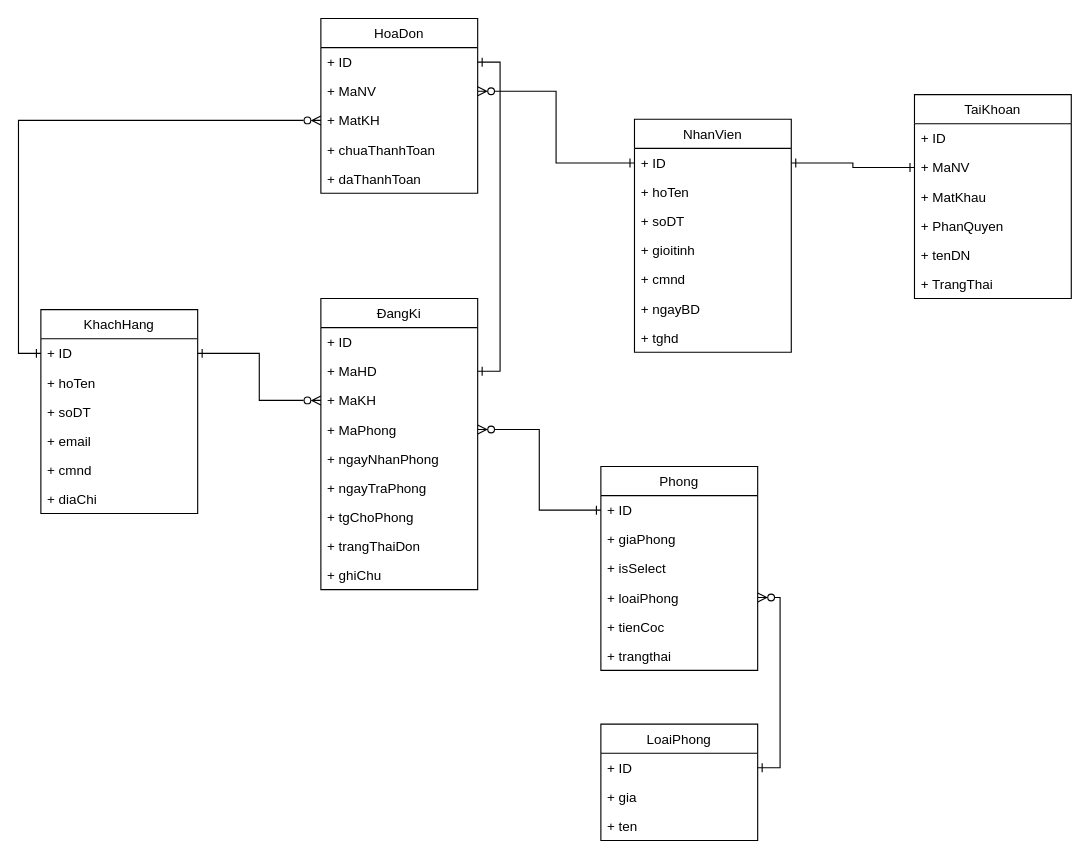
Above: keimthu.drawio in TruongGiaThach/desktop-tutorial (draw.io), before the change. Source tidied: cells renumbered, new cells numbered last; positions are measured from the earlier drawing's top-left corner, leaving out a move shared by most shapes. Both pictures are drawn from the tidied source at 112%, with x=0, y=0 at pixel (40, 18).
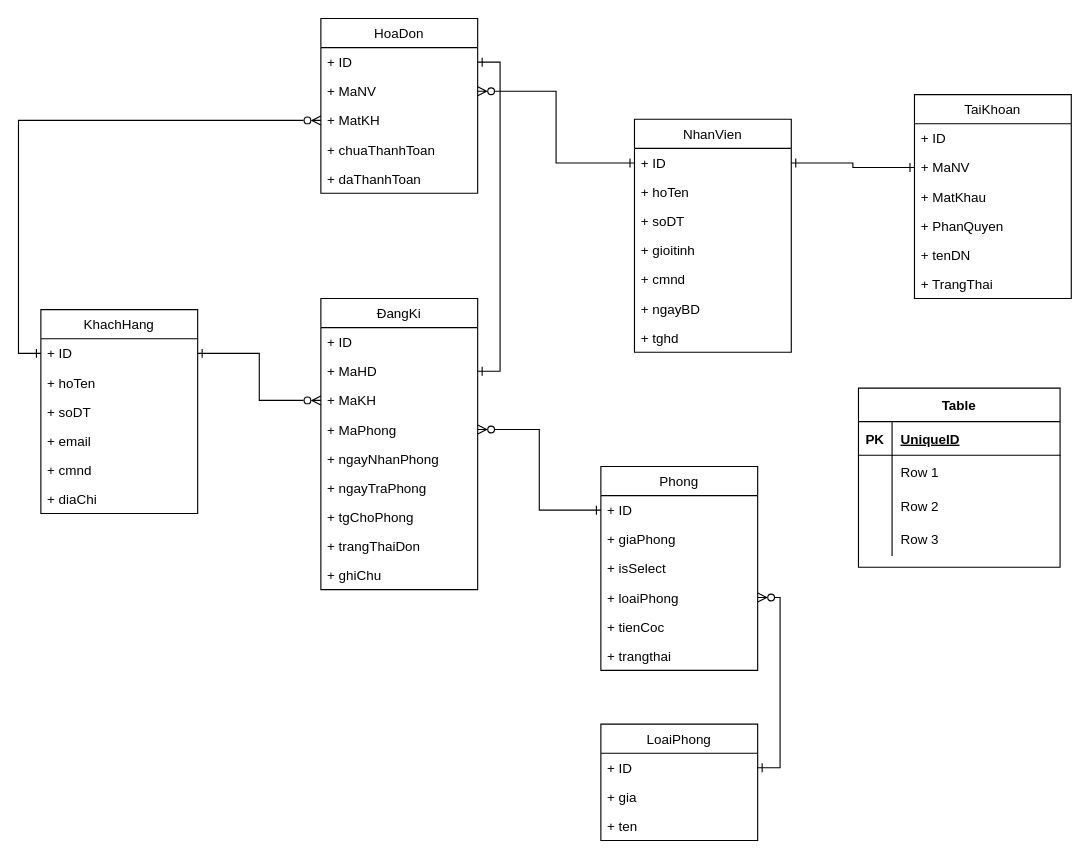
Above is the later version.

Diff of the diagram source:
```diff
@@
+    <mxCell id="58" value="Table" style="shape=table;startSize=30;childLayout=tableLayout;rowLines=0;fontStyle=1;align=center;" parent="1" vertex="1">
+      <mxGeometry x="730" y="330" width="180" height="160" as="geometry" />
+    </mxCell>
+    <mxCell id="59" style="shape=partialRectangle;fillColor=none;top=0;left=0;bottom=1;right=0;" parent="58" vertex="1">
+      <mxGeometry y="30" width="180" height="30" as="geometry" />
+    </mxCell>
+    <mxCell id="60" value="PK" style="shape=partialRectangle;fillColor=none;top=0;left=0;bottom=0;right=0;fontStyle=1;overflow=hidden;" parent="59" vertex="1">
+      <mxGeometry width="30" height="30" as="geometry" />
+    </mxCell>
+    <mxCell id="61" value="UniqueID" style="shape=partialRectangle;fillColor=none;top=0;left=0;bottom=0;right=0;align=left;spacingLeft=6;fontStyle=5;overflow=hidden;" parent="59" vertex="1">
+      <mxGeometry x="30" width="150" height="30" as="geometry" />
+    </mxCell>
+    <mxCell id="62" style="shape=partialRectangle;fillColor=none;top=0;left=0;bottom=0;right=0;" parent="58" vertex="1">
+      <mxGeometry y="60" width="180" height="30" as="geometry" />
+    </mxCell>
+    <mxCell id="63" style="shape=partialRectangle;fillColor=none;top=0;left=0;bottom=0;right=0;overflow=hidden;" parent="62" vertex="1">
+      <mxGeometry width="30" height="30" as="geometry" />
+    </mxCell>
+    <mxCell id="64" value="Row 1" style="shape=partialRectangle;fillColor=none;top=0;left=0;bottom=0;right=0;align=left;spacingLeft=6;overflow=hidden;" parent="62" vertex="1">
+      <mxGeometry x="30" width="150" height="30" as="geometry" />
+    </mxCell>
+    <mxCell id="65" style="shape=partialRectangle;fillColor=none;top=0;left=0;bottom=0;right=0;" parent="58" vertex="1">
+      <mxGeometry y="90" width="180" height="30" as="geometry" />
+    </mxCell>
+    <mxCell id="66" style="shape=partialRectangle;fillColor=none;top=0;left=0;bottom=0;right=0;overflow=hidden;" parent="65" vertex="1">
+      <mxGeometry width="30" height="30" as="geometry" />
+    </mxCell>
+    <mxCell id="67" value="Row 2" style="shape=partialRectangle;fillColor=none;top=0;left=0;bottom=0;right=0;align=left;spacingLeft=6;overflow=hidden;" parent="65" vertex="1">
+      <mxGeometry x="30" width="150" height="30" as="geometry" />
+    </mxCell>
+    <mxCell id="68" style="shape=partialRectangle;fillColor=none;top=0;left=0;bottom=0;right=0;" parent="58" vertex="1">
+      <mxGeometry y="120" width="180" height="30" as="geometry" />
+    </mxCell>
+    <mxCell id="69" style="shape=partialRectangle;fillColor=none;top=0;left=0;bottom=0;right=0;overflow=hidden;" parent="68" vertex="1">
+      <mxGeometry width="30" height="30" as="geometry" />
+    </mxCell>
+    <mxCell id="70" value="Row 3" style="shape=partialRectangle;fillColor=none;top=0;left=0;bottom=0;right=0;align=left;spacingLeft=6;overflow=hidden;" parent="68" vertex="1">
+      <mxGeometry x="30" width="150" height="30" as="geometry" />
+    </mxCell>
```
